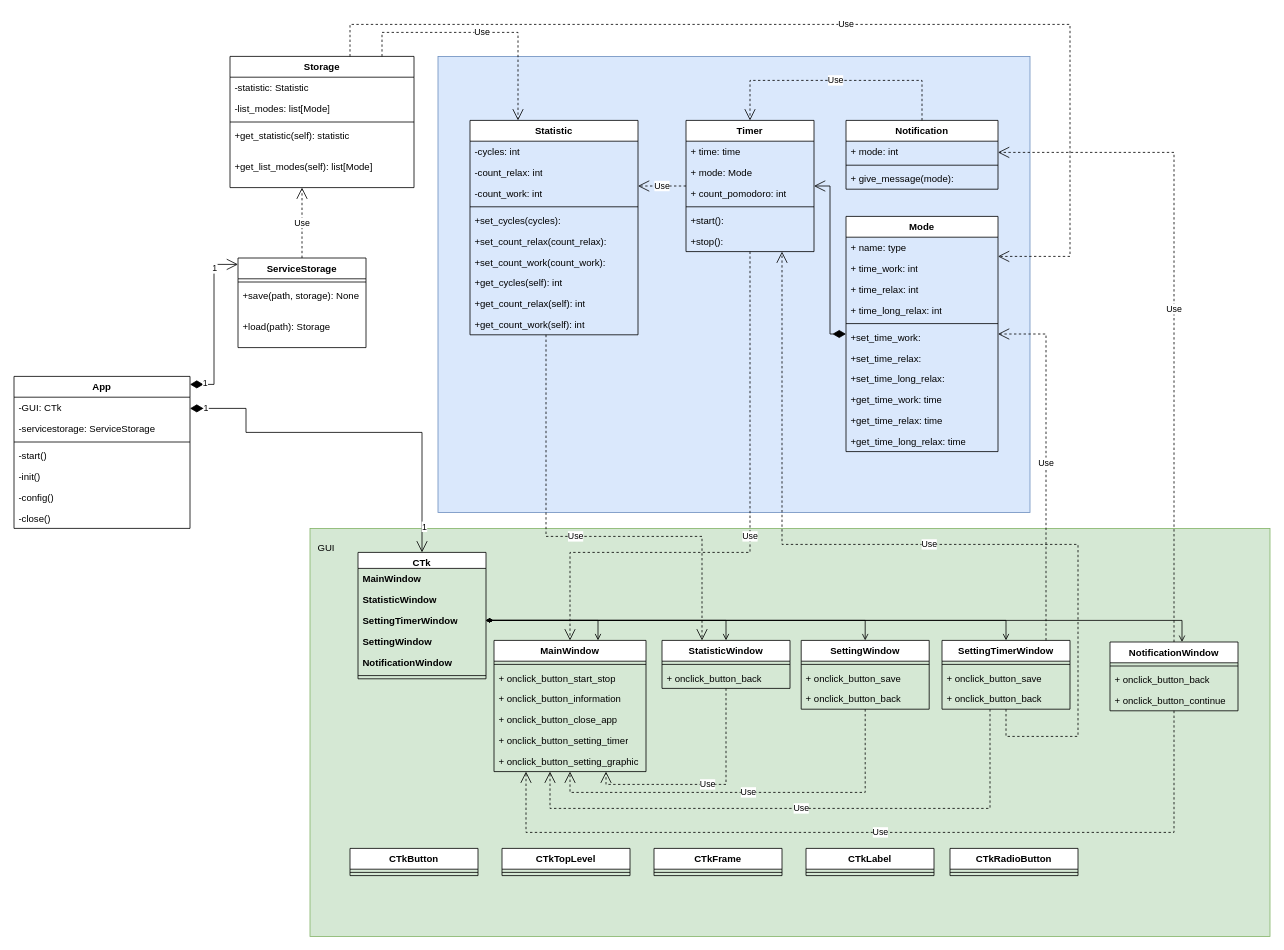
Earlier version of the draw.io diagram resources/class diagrams.drawio (suchok94/project_tomato). Source tidied: cells renumbered, new cells numbered last; positions are measured from the earlier drawing's top-left corner, leaving out a move shared by most shapes. Both pictures are drawn from the tidied source at 80%, with x=0, y=0 at pixel (14, 24).
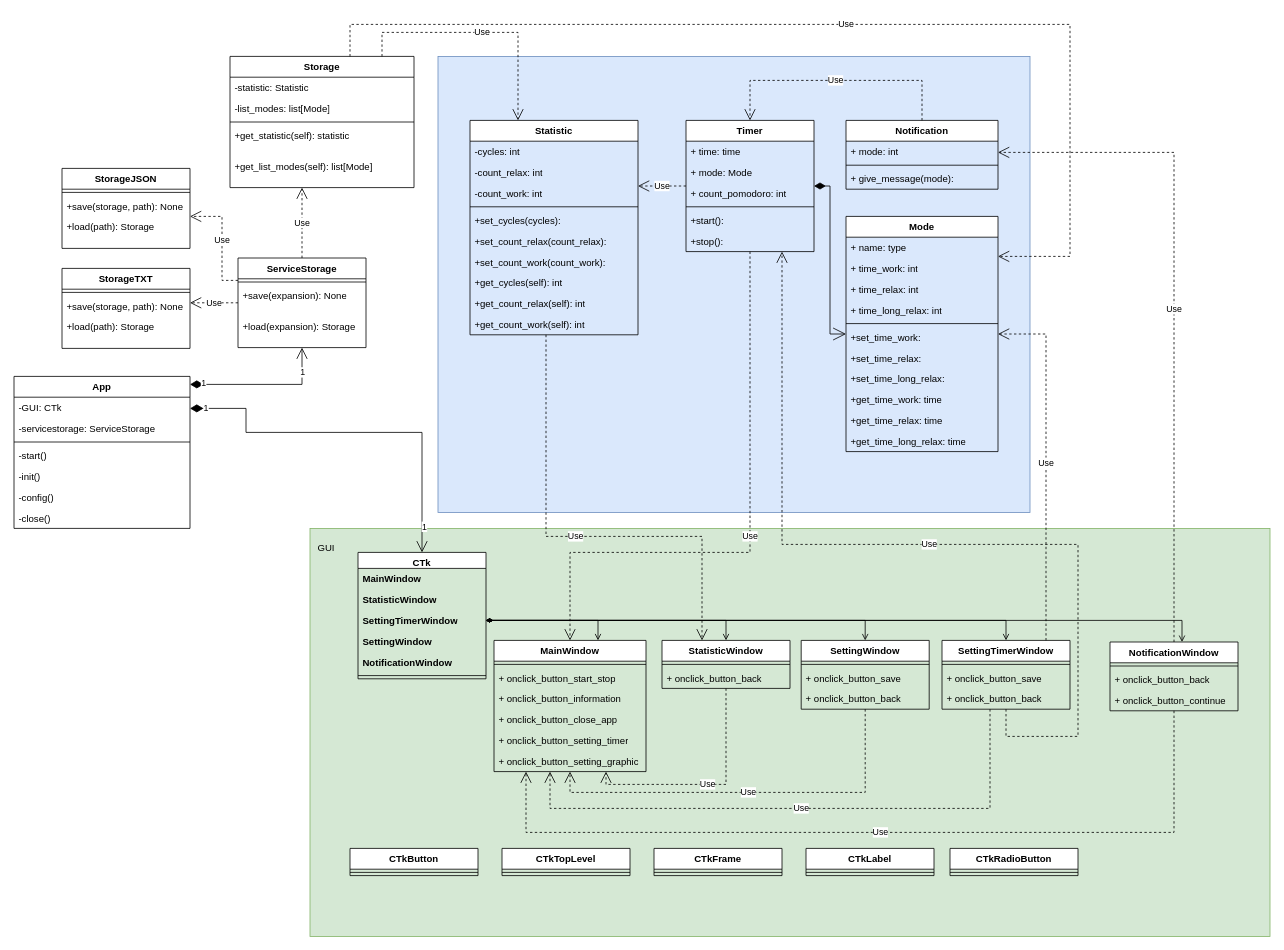
The same diagram, later.

Commit message:
change diagram classes

Unchanged cells that the change refers to:
```xml
<mxCell id="4" value="Timer" style="swimlane;fontStyle=1;align=center;verticalAlign=top;horizontal=1;startSize=26;whiteSpace=wrap;html=1;" parent="1" vertex="1">
  <mxGeometry x="840" y="120" width="160" height="164" as="geometry" />
</mxCell>
<mxCell id="35" value="App" style="swimlane;fontStyle=1;align=center;verticalAlign=top;horizontal=1;startSize=26;whiteSpace=wrap;html=1;" parent="1" vertex="1">
  <mxGeometry y="440" width="220" height="190" as="geometry" />
</mxCell>
<mxCell id="102" value="ServiceStorage" style="swimlane;fontStyle=1;align=center;verticalAlign=top;horizontal=1;startSize=26;whiteSpace=wrap;html=1;" parent="1" vertex="1">
  <mxGeometry x="280" y="292" width="160" height="112" as="geometry" />
</mxCell>
<mxCell id="106" value="Mode" style="swimlane;fontStyle=1;align=center;verticalAlign=top;horizontal=1;startSize=26;whiteSpace=wrap;html=1;" parent="1" vertex="1">
  <mxGeometry x="1040" y="240" width="190" height="294" as="geometry" />
</mxCell>
```

What changed in the source:
```diff
@@
     <mxCell id="72" style="endArrow=open;html=1;endSize=12;startArrow=diamondThin;startSize=14;startFill=1;edgeStyle=orthogonalEdgeStyle;align=left;verticalAlign=bottom;rounded=0;" parent="1" edge="1" source="35" target="102">
       <mxGeometry x="-1" y="3" relative="1" as="geometry">
         <Array as="points">
-          <mxPoint x="250" y="450" />
-          <mxPoint x="250" y="300" />
+          <mxPoint x="360" y="450" />
         </Array>
       </mxGeometry>
     </mxCell>
@@
-    <mxCell id="104" value="+save(path, storage): None" style="text;strokeColor=none;fillColor=none;align=left;verticalAlign=top;spacingLeft=4;spacingRight=4;overflow=hidden;whiteSpace=wrap;html=1;" parent="102" vertex="1">
+    <mxCell id="104" value="+save(&lt;span style=&quot;white-space-collapse: preserve;&quot; class=&quot;EzKURWReUAB5oZgtQNkl&quot;&gt;expansion&lt;/span&gt;): None" style="text;strokeColor=none;fillColor=none;align=left;verticalAlign=top;spacingLeft=4;spacingRight=4;overflow=hidden;whiteSpace=wrap;html=1;" parent="102" vertex="1">
       <mxGeometry y="34" width="160" height="38" as="geometry" />
     </mxCell>
-    <mxCell id="105" value="&lt;div&gt;+load&lt;span style=&quot;background-color: initial;&quot;&gt;(path&lt;/span&gt;&lt;span style=&quot;background-color: initial;&quot;&gt;)&lt;/span&gt;&lt;span style=&quot;background-color: initial;&quot;&gt;: Storage&lt;/span&gt;&lt;/div&gt;" style="text;strokeColor=none;fillColor=none;align=left;verticalAlign=top;spacingLeft=4;spacingRight=4;overflow=hidden;whiteSpace=wrap;html=1;" parent="102" vertex="1">
+    <mxCell id="105" value="&lt;div&gt;+load&lt;span style=&quot;background-color: initial;&quot;&gt;(&lt;/span&gt;&lt;span style=&quot;white-space-collapse: preserve;&quot; class=&quot;EzKURWReUAB5oZgtQNkl&quot;&gt;expansion&lt;/span&gt;&lt;span style=&quot;background-color: initial;&quot;&gt;)&lt;/span&gt;&lt;span style=&quot;background-color: initial;&quot;&gt;: Storage&lt;/span&gt;&lt;/div&gt;" style="text;strokeColor=none;fillColor=none;align=left;verticalAlign=top;spacingLeft=4;spacingRight=4;overflow=hidden;whiteSpace=wrap;html=1;" parent="102" vertex="1">
       <mxGeometry y="72" width="160" height="40" as="geometry" />
     </mxCell>
@@
-    <mxCell id="118" style="endArrow=open;html=1;endSize=12;startArrow=diamondThin;startSize=14;startFill=1;edgeStyle=orthogonalEdgeStyle;align=left;verticalAlign=bottom;rounded=0;" parent="1" edge="1" source="106" target="4">
+    <mxCell id="118" style="endArrow=diamondThin;html=1;endSize=12;startArrow=open;startSize=14;startFill=0;edgeStyle=orthogonalEdgeStyle;align=left;verticalAlign=bottom;rounded=0;endFill=1;" parent="1" edge="1" source="106" target="4">
       <mxGeometry x="-0.63" y="-17" relative="1" as="geometry" />
     </mxCell>
@@
+    <mxCell id="122" value="StorageJSON" style="swimlane;fontStyle=1;align=center;verticalAlign=top;horizontal=1;startSize=26;whiteSpace=wrap;html=1;" parent="1" vertex="1">
+      <mxGeometry x="60" y="180" width="160" height="100" as="geometry" />
+    </mxCell>
+    <mxCell id="123" style="line;strokeWidth=1;fillColor=none;align=left;verticalAlign=middle;spacingTop=-1;spacingLeft=3;spacingRight=3;labelPosition=right;strokeColor=inherit;" parent="122" vertex="1">
+      <mxGeometry y="26" width="160" height="8" as="geometry" />
+    </mxCell>
+    <mxCell id="124" value="+save(storage, path): None" style="text;strokeColor=none;fillColor=none;align=left;verticalAlign=top;spacingLeft=4;spacingRight=4;overflow=hidden;whiteSpace=wrap;html=1;" parent="122" vertex="1">
+      <mxGeometry y="34" width="160" height="26" as="geometry" />
+    </mxCell>
+    <mxCell id="125" value="&lt;div&gt;+load&lt;span style=&quot;background-color: initial;&quot;&gt;(path&lt;/span&gt;&lt;span style=&quot;background-color: initial;&quot;&gt;)&lt;/span&gt;&lt;span style=&quot;background-color: initial;&quot;&gt;: Storage&lt;/span&gt;&lt;/div&gt;" style="text;strokeColor=none;fillColor=none;align=left;verticalAlign=top;spacingLeft=4;spacingRight=4;overflow=hidden;whiteSpace=wrap;html=1;" parent="122" vertex="1">
+      <mxGeometry y="60" width="160" height="40" as="geometry" />
+    </mxCell>
+    <mxCell id="126" value="StorageTXT" style="swimlane;fontStyle=1;align=center;verticalAlign=top;horizontal=1;startSize=26;whiteSpace=wrap;html=1;" parent="1" vertex="1">
+      <mxGeometry x="60" y="305" width="160" height="100" as="geometry" />
+    </mxCell>
+    <mxCell id="127" style="line;strokeWidth=1;fillColor=none;align=left;verticalAlign=middle;spacingTop=-1;spacingLeft=3;spacingRight=3;labelPosition=right;strokeColor=inherit;" parent="126" vertex="1">
+      <mxGeometry y="26" width="160" height="8" as="geometry" />
+    </mxCell>
+    <mxCell id="128" value="+save(storage, path): None" style="text;strokeColor=none;fillColor=none;align=left;verticalAlign=top;spacingLeft=4;spacingRight=4;overflow=hidden;whiteSpace=wrap;html=1;" parent="126" vertex="1">
+      <mxGeometry y="34" width="160" height="26" as="geometry" />
+    </mxCell>
+    <mxCell id="129" value="&lt;div&gt;+load&lt;span style=&quot;background-color: initial;&quot;&gt;(path&lt;/span&gt;&lt;span style=&quot;background-color: initial;&quot;&gt;)&lt;/span&gt;&lt;span style=&quot;background-color: initial;&quot;&gt;: Storage&lt;/span&gt;&lt;/div&gt;" style="text;strokeColor=none;fillColor=none;align=left;verticalAlign=top;spacingLeft=4;spacingRight=4;overflow=hidden;whiteSpace=wrap;html=1;" parent="126" vertex="1">
+      <mxGeometry y="60" width="160" height="40" as="geometry" />
+    </mxCell>
+    <mxCell id="130" value="Use" style="endArrow=open;endSize=12;dashed=1;html=1;rounded=0;edgeStyle=orthogonalEdgeStyle;" parent="1" edge="1" source="102" target="122">
+      <mxGeometry relative="1" as="geometry">
+        <Array as="points">
+          <mxPoint x="260" y="320" />
+          <mxPoint x="260" y="240" />
+        </Array>
+      </mxGeometry>
+    </mxCell>
+    <mxCell id="131" value="Use" style="endArrow=open;endSize=12;dashed=1;html=1;rounded=0;edgeStyle=orthogonalEdgeStyle;" parent="1" edge="1" source="102" target="126">
+      <mxGeometry relative="1" as="geometry">
+        <Array as="points">
+          <mxPoint x="240" y="348" />
+          <mxPoint x="240" y="348" />
+        </Array>
+      </mxGeometry>
+    </mxCell>
```
